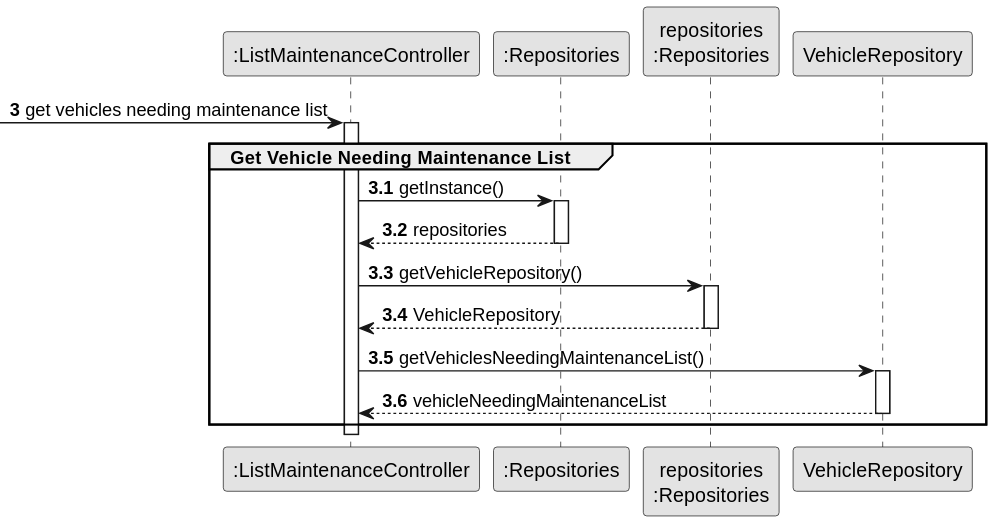
The PlantUML diagram docs/sprintC/us008/03.design/svg/us008-sequence-diagram-partial-get-vehicle-needing-maintenance-list.svg in ricardomm7/leaflink, before a commit. Its diagram source:
```plantuml
@startuml
skinparam monochrome true
skinparam packageStyle rectangle
skinparam shadowing false

autonumber


participant ":ListMaintenanceController" as CTRL
participant ":Repositories" as RepositorySingleton
participant "repositories\n:Repositories" as PLAT

autonumber 3

 -> CTRL : get vehicles needing maintenance list
activate CTRL
    group Get Vehicle Needing Maintenance List
autonumber 3.1

            CTRL -> RepositorySingleton : getInstance()
            activate RepositorySingleton

            RepositorySingleton --> CTRL: repositories
            deactivate RepositorySingleton

            CTRL -> PLAT : getVehicleRepository()
            activate PLAT

            PLAT --> CTRL: VehicleRepository
            deactivate PLAT

            CTRL -> VehicleRepository : getVehiclesNeedingMaintenanceList()
            activate VehicleRepository

            VehicleRepository --> CTRL : vehicleNeedingMaintenanceList
            deactivate VehicleRepository

    end

    autonumber 4
deactivate CTRL
@enduml
```
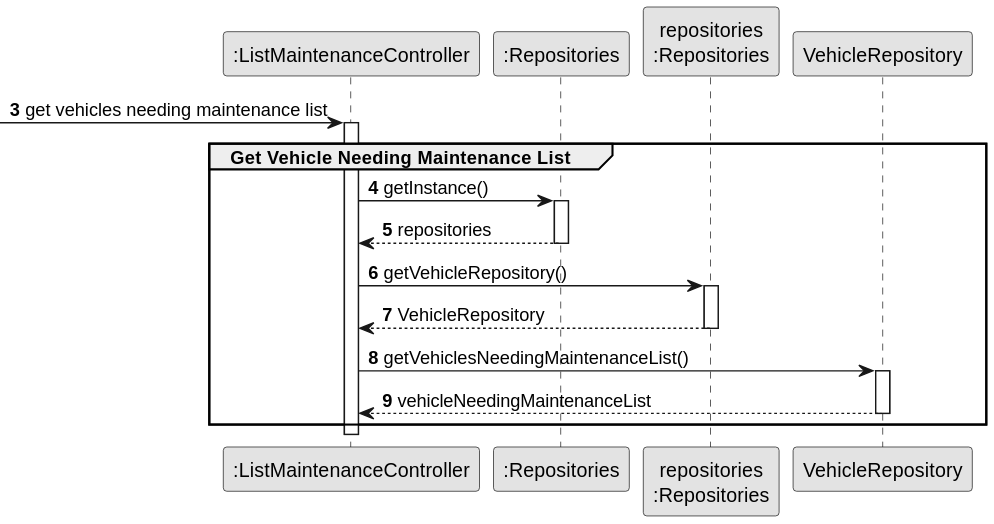
Later version of the same file.

What changed in the source:
```diff
@@ -15,7 +15,6 @@
  -> CTRL : get vehicles needing maintenance list
 activate CTRL
     group Get Vehicle Needing Maintenance List
-autonumber 3.1
 
             CTRL -> RepositorySingleton : getInstance()
             activate RepositorySingleton
@@ -37,6 +36,5 @@
 
     end
 
-    autonumber 4
 deactivate CTRL
 @enduml
```
